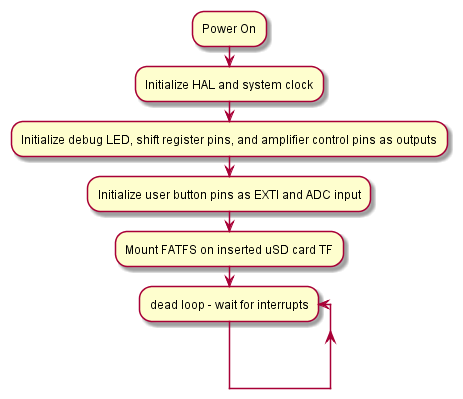
Earlier version of the PlantUML export figures/flowcharts/state-machine_main-thread.png (Markahofmeister/Christmas-2023). Its diagram source:
```plantuml
@startuml
:Power On;
:Initialize HAL and system clock;
:Initialize debug LED, shift register pins, and amplifier control pins as outputs;
:Initialize user button pins as EXTI and ADC input;
:Mount FATFS on inserted uSD card TF;
repeat :dead loop - wait for interrupts
repeat while
@enduml
```
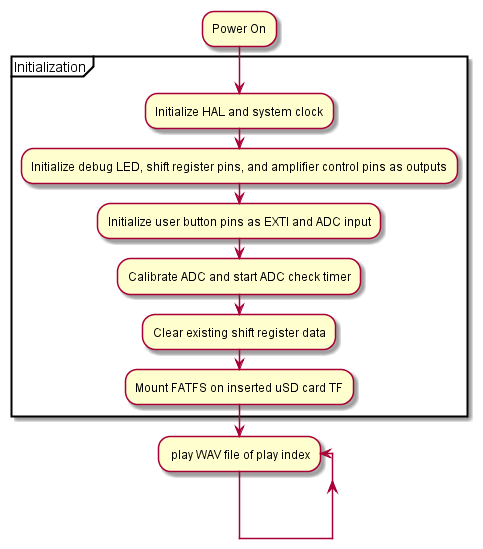
After the change.

What changed in the source:
```diff
@@ -1,9 +1,13 @@
 @startuml
 :Power On;
-:Initialize HAL and system clock;
-:Initialize debug LED, shift register pins, and amplifier control pins as outputs;
-:Initialize user button pins as EXTI and ADC input;
-:Mount FATFS on inserted uSD card TF;
-repeat :dead loop - wait for interrupts
+partition Initialization {
+	:Initialize HAL and system clock;
+	:Initialize debug LED, shift register pins, and amplifier control pins as outputs;
+	:Initialize user button pins as EXTI and ADC input;
+	:Calibrate ADC and start ADC check timer;
+	:Clear existing shift register data;
+	:Mount FATFS on inserted uSD card TF;
+}
+repeat: play WAV file of play index;
 repeat while
 @enduml
```
